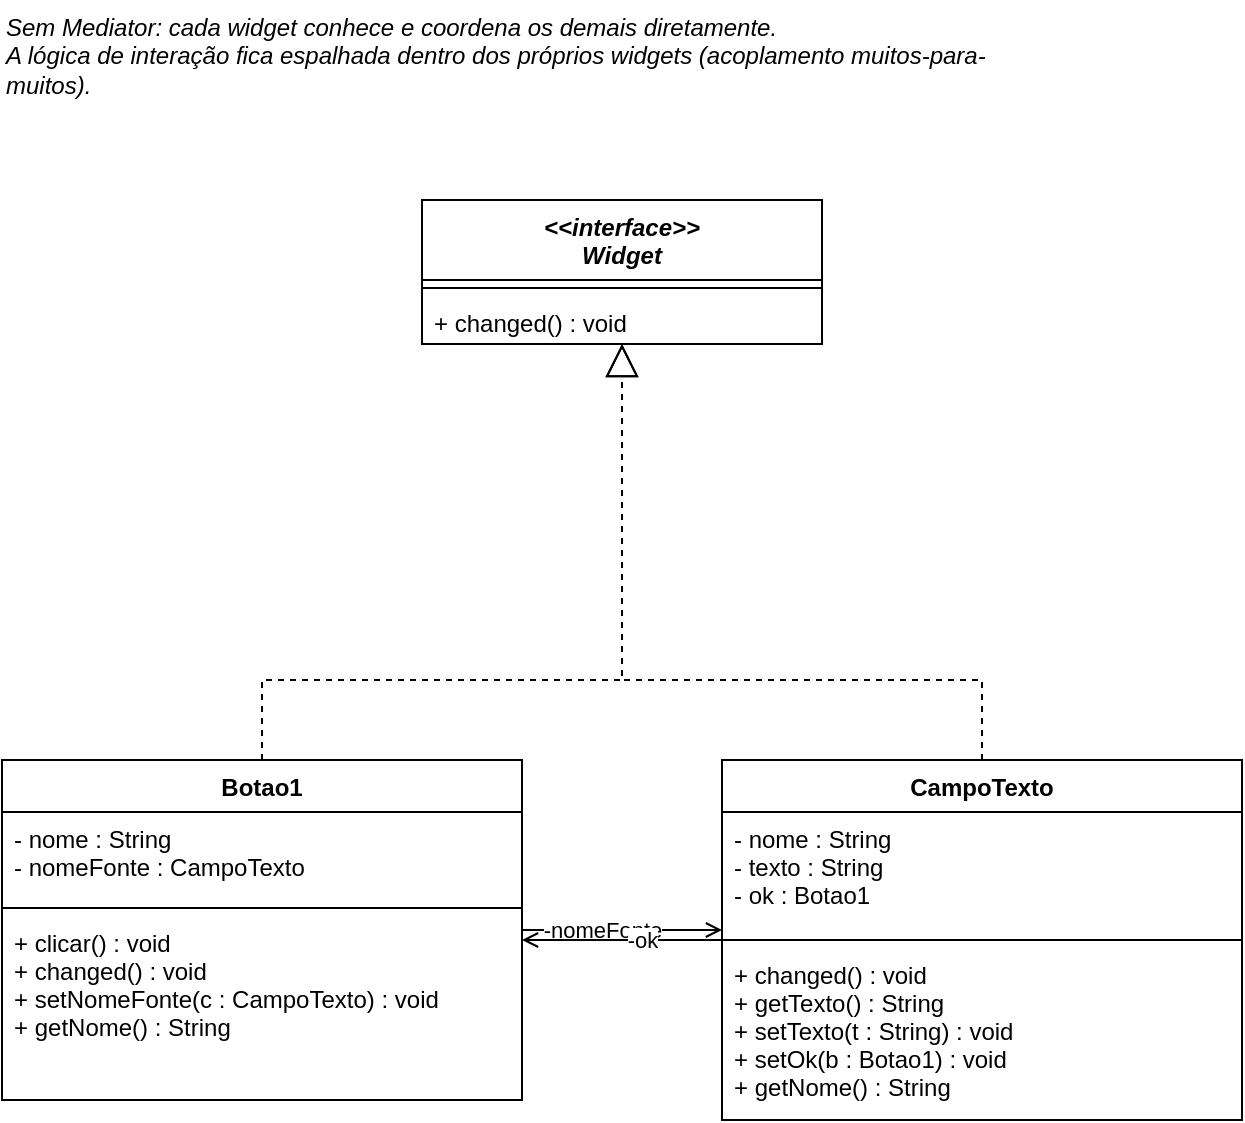
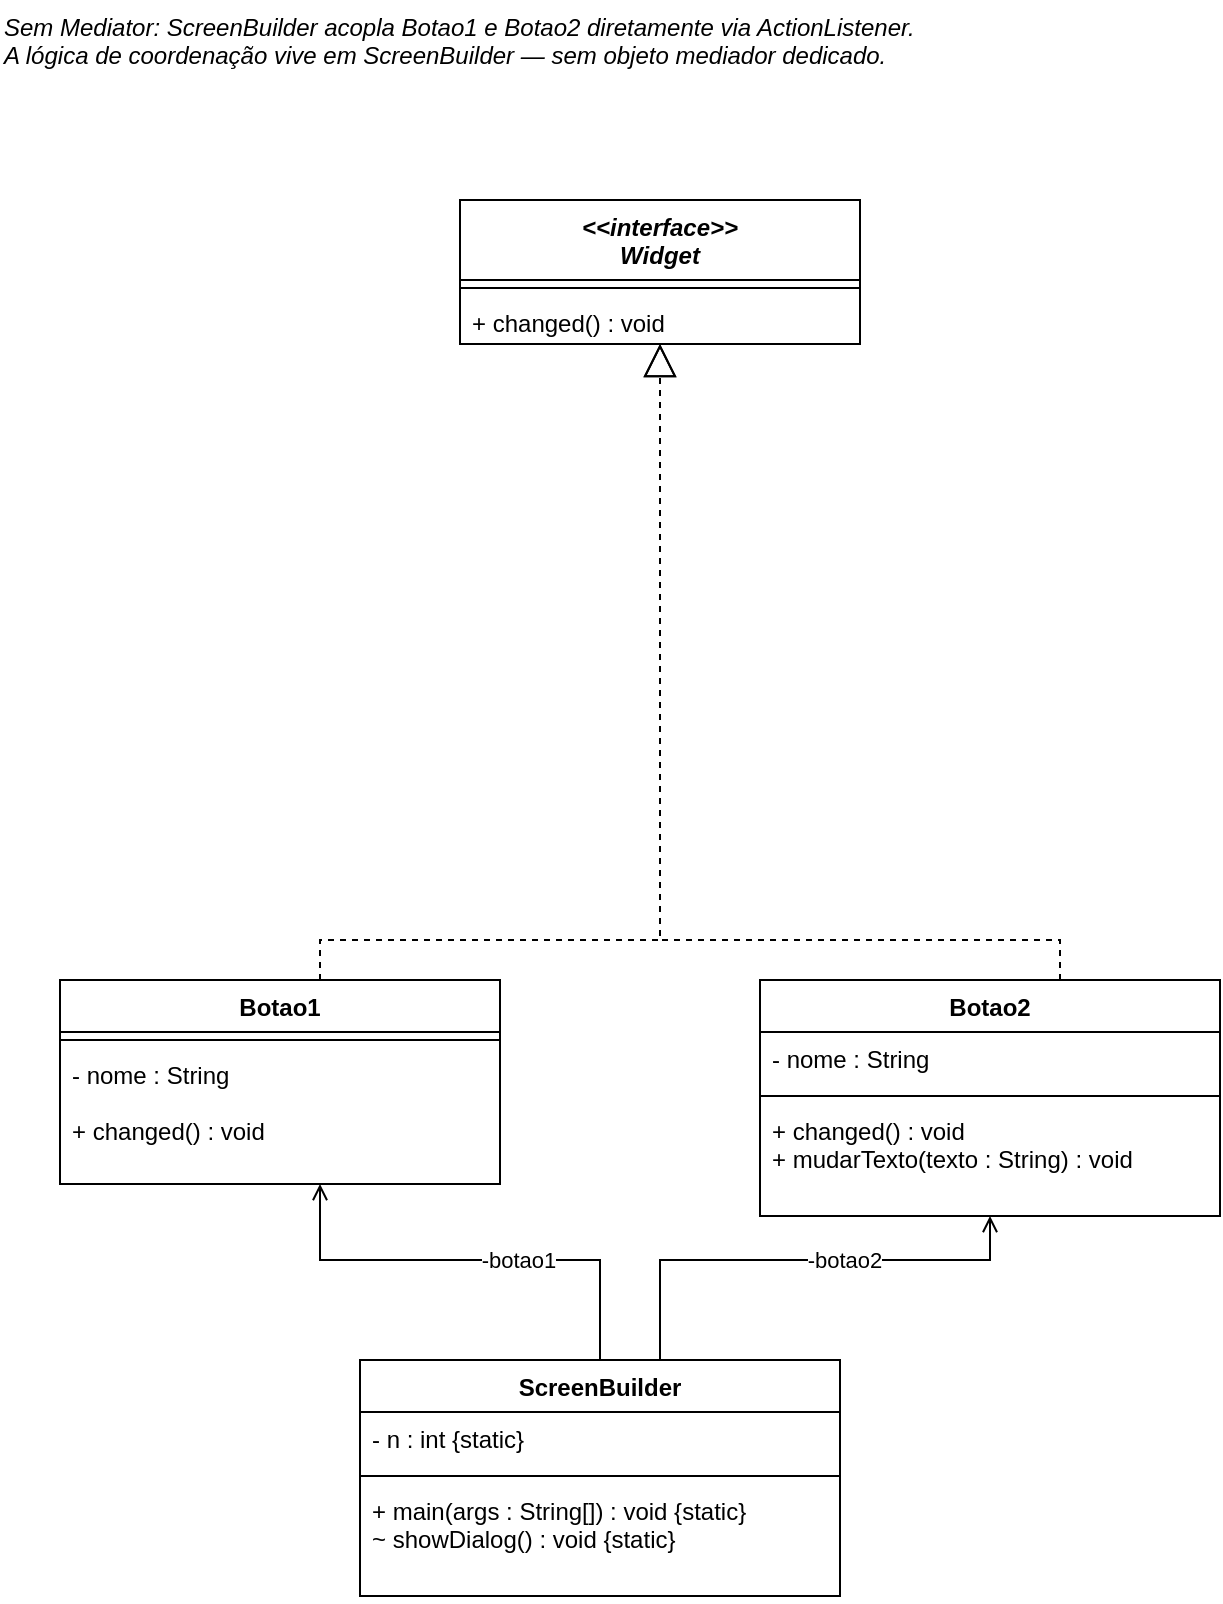
<mxfile host="app.diagrams.net">
  <diagram name="Classes-Sem-Mediator" id="classDiagSemMediator01">
-     <mxGraphModel dx="1414" dy="793" grid="1" gridSize="10" guides="1" tooltips="1" connect="1" arrows="1" fold="1" page="1" pageScale="1" pageWidth="1169" pageHeight="827" math="0" shadow="0">
+     <mxGraphModel dx="1414" dy="825" grid="1" gridSize="10" guides="1" tooltips="1" connect="1" arrows="1" fold="1" page="1" pageScale="1" pageWidth="1169" pageHeight="827" math="0" shadow="0">
      <root>
        <mxCell id="0" />
        <mxCell id="1" parent="0" />
-         <mxCell id="t-note" parent="1" style="text;html=1;align=left;verticalAlign=top;whiteSpace=wrap;rounded=0;fontStyle=2;fontSize=12;" value="Sem Mediator: cada widget conhece e coordena os demais diretamente.&#xa;A lógica de interação fica espalhada dentro dos próprios widgets (acoplamento muitos-para-muitos)." vertex="1">
-           <mxGeometry height="50" width="520" x="560" y="40" as="geometry" />
+         <mxCell id="t-note" parent="1" style="text;html=1;align=left;verticalAlign=top;whiteSpace=wrap;rounded=0;fontStyle=2;fontSize=12;" value="Sem Mediator: ScreenBuilder acopla Botao1 e Botao2 diretamente via ActionListener.&#xa;A lógica de coordenação vive em ScreenBuilder — sem objeto mediador dedicado." vertex="1">
+           <mxGeometry height="50" width="580" x="540" y="20" as="geometry" />
        </mxCell>
        <mxCell id="c-widget" parent="1" style="swimlane;fontStyle=1;align=center;verticalAlign=top;childLayout=stackLayout;horizontal=1;startSize=40;horizontalStack=0;resizeParent=1;resizeParentMax=0;resizeLast=0;collapsible=1;marginBottom=0;swimlaneFillColor=#ffffff;fontStyle=3;" value="&lt;&lt;interface&gt;&gt;&#xa;Widget" vertex="1">
-           <mxGeometry height="72" width="200" x="770" y="140" as="geometry" />
+           <mxGeometry height="72" width="200" x="770" y="120" as="geometry" />
        </mxCell>
        <mxCell id="c-widget-attrs" parent="c-widget" style="line;strokeWidth=1;fillColor=none;align=left;verticalAlign=middle;spacingTop=-1;spacingLeft=3;spacingRight=3;rotatable=0;labelPosition=right;points=[];portConstraint=eastwest;" value="" vertex="1">
          <mxGeometry height="8" width="200" y="40" as="geometry" />
        </mxCell>
        <mxCell id="c-widget-m1" parent="c-widget" style="text;strokeColor=none;fillColor=none;align=left;verticalAlign=top;spacingLeft=4;spacingRight=4;overflow=hidden;rotatable=0;points=[[0,0.5],[1,0.5]];portConstraint=eastwest;" value="+ changed() : void" vertex="1">
          <mxGeometry height="24" width="200" y="48" as="geometry" />
        </mxCell>
-         <mxCell id="c-botao" parent="1" style="swimlane;fontStyle=1;align=center;verticalAlign=top;childLayout=stackLayout;horizontal=1;startSize=26;horizontalStack=0;resizeParent=1;resizeParentMax=0;resizeLast=0;collapsible=1;marginBottom=0;swimlaneFillColor=#ffffff;" value="Botao1" vertex="1">
-           <mxGeometry height="170" width="260" x="560" y="420" as="geometry" />
+         <mxCell id="c-sb" parent="1" style="swimlane;fontStyle=1;align=center;verticalAlign=top;childLayout=stackLayout;horizontal=1;startSize=26;horizontalStack=0;resizeParent=1;resizeParentMax=0;resizeLast=0;collapsible=1;marginBottom=0;swimlaneFillColor=#ffffff;" value="ScreenBuilder" vertex="1">
+           <mxGeometry height="118" width="240" x="720" y="700" as="geometry" />
        </mxCell>
-         <mxCell id="c-botao-attrs" parent="c-botao" style="text;strokeColor=none;fillColor=none;align=left;verticalAlign=top;spacingLeft=4;spacingRight=4;overflow=hidden;rotatable=0;points=[[0,0.5],[1,0.5]];portConstraint=eastwest;" value="- nome : String&#xa;- nomeFonte : CampoTexto" vertex="1">
-           <mxGeometry height="44" width="260" y="26" as="geometry" />
+         <mxCell id="c-sb-attrs" parent="c-sb" style="text;strokeColor=none;fillColor=none;align=left;verticalAlign=top;spacingLeft=4;spacingRight=4;overflow=hidden;rotatable=0;points=[[0,0.5],[1,0.5]];portConstraint=eastwest;" value="- n : int {static}" vertex="1">
+           <mxGeometry height="28" width="240" y="26" as="geometry" />
        </mxCell>
-         <mxCell id="c-botao-line" parent="c-botao" style="line;strokeWidth=1;fillColor=none;align=left;verticalAlign=middle;spacingTop=-1;spacingLeft=3;spacingRight=3;rotatable=0;labelPosition=right;points=[];portConstraint=eastwest;" value="" vertex="1">
-           <mxGeometry height="8" width="260" y="70" as="geometry" />
+         <mxCell id="c-sb-line" parent="c-sb" style="line;strokeWidth=1;fillColor=none;align=left;verticalAlign=middle;spacingTop=-1;spacingLeft=3;spacingRight=3;rotatable=0;labelPosition=right;points=[];portConstraint=eastwest;" value="" vertex="1">
+           <mxGeometry height="8" width="240" y="54" as="geometry" />
        </mxCell>
-         <mxCell id="c-botao-m" parent="c-botao" style="text;strokeColor=none;fillColor=none;align=left;verticalAlign=top;spacingLeft=4;spacingRight=4;overflow=hidden;rotatable=0;points=[[0,0.5],[1,0.5]];portConstraint=eastwest;" value="+ clicar() : void&#xa;+ changed() : void&#xa;+ setNomeFonte(c : CampoTexto) : void&#xa;+ getNome() : String" vertex="1">
-           <mxGeometry height="70" width="260" y="78" as="geometry" />
+         <mxCell id="c-sb-m" parent="c-sb" style="text;strokeColor=none;fillColor=none;align=left;verticalAlign=top;spacingLeft=4;spacingRight=4;overflow=hidden;rotatable=0;points=[[0,0.5],[1,0.5]];portConstraint=eastwest;" value="+ main(args : String[]) : void {static}&#xa;~ showDialog() : void {static}" vertex="1">
+           <mxGeometry height="56" width="240" y="62" as="geometry" />
        </mxCell>
-         <mxCell id="c-campo" parent="1" style="swimlane;fontStyle=1;align=center;verticalAlign=top;childLayout=stackLayout;horizontal=1;startSize=26;horizontalStack=0;resizeParent=1;resizeParentMax=0;resizeLast=0;collapsible=1;marginBottom=0;swimlaneFillColor=#ffffff;" value="CampoTexto" vertex="1">
-           <mxGeometry height="180" width="260" x="920" y="420" as="geometry" />
+         <mxCell id="c-botao1" parent="1" style="swimlane;fontStyle=1;align=center;verticalAlign=top;childLayout=stackLayout;horizontal=1;startSize=26;horizontalStack=0;resizeParent=1;resizeParentMax=0;resizeLast=0;collapsible=1;marginBottom=0;swimlaneFillColor=#ffffff;" value="Botao1" vertex="1">
+           <mxGeometry height="102" width="220" x="570" y="510" as="geometry" />
        </mxCell>
-         <mxCell id="c-campo-attrs" parent="c-campo" style="text;strokeColor=none;fillColor=none;align=left;verticalAlign=top;spacingLeft=4;spacingRight=4;overflow=hidden;rotatable=0;points=[[0,0.5],[1,0.5]];portConstraint=eastwest;" value="- nome : String&#xa;- texto : String&#xa;- ok : Botao1" vertex="1">
-           <mxGeometry height="60" width="260" y="26" as="geometry" />
+         <mxCell id="c-botao1-line" parent="c-botao1" style="line;strokeWidth=1;fillColor=none;align=left;verticalAlign=middle;spacingTop=-1;spacingLeft=3;spacingRight=3;rotatable=0;labelPosition=right;points=[];portConstraint=eastwest;" value="" vertex="1">
+           <mxGeometry height="8" width="220" y="26" as="geometry" />
        </mxCell>
-         <mxCell id="c-campo-line" parent="c-campo" style="line;strokeWidth=1;fillColor=none;align=left;verticalAlign=middle;spacingTop=-1;spacingLeft=3;spacingRight=3;rotatable=0;labelPosition=right;points=[];portConstraint=eastwest;" value="" vertex="1">
-           <mxGeometry height="8" width="260" y="86" as="geometry" />
+         <mxCell id="c-botao1-attrs" parent="c-botao1" style="text;strokeColor=none;fillColor=none;align=left;verticalAlign=top;spacingLeft=4;spacingRight=4;overflow=hidden;rotatable=0;points=[[0,0.5],[1,0.5]];portConstraint=eastwest;" value="- nome : String" vertex="1">
+           <mxGeometry height="28" width="220" y="34" as="geometry" />
        </mxCell>
-         <mxCell id="c-campo-m" parent="c-campo" style="text;strokeColor=none;fillColor=none;align=left;verticalAlign=top;spacingLeft=4;spacingRight=4;overflow=hidden;rotatable=0;points=[[0,0.5],[1,0.5]];portConstraint=eastwest;" value="+ changed() : void&#xa;+ getTexto() : String&#xa;+ setTexto(t : String) : void&#xa;+ setOk(b : Botao1) : void&#xa;+ getNome() : String" vertex="1">
-           <mxGeometry height="80" width="260" y="94" as="geometry" />
+         <mxCell id="c-botao1-m" parent="c-botao1" style="text;strokeColor=none;fillColor=none;align=left;verticalAlign=top;spacingLeft=4;spacingRight=4;overflow=hidden;rotatable=0;points=[[0,0.5],[1,0.5]];portConstraint=eastwest;" value="+ changed() : void" vertex="1">
+           <mxGeometry height="40" width="220" y="62" as="geometry" />
        </mxCell>
-         <mxCell id="r-real-botao" edge="1" parent="1" source="c-botao" style="endArrow=block;endFill=0;endSize=14;dashed=1;html=1;rounded=0;edgeStyle=orthogonalEdgeStyle;" target="c-widget" value="">
+         <mxCell id="c-botao2" parent="1" style="swimlane;fontStyle=1;align=center;verticalAlign=top;childLayout=stackLayout;horizontal=1;startSize=26;horizontalStack=0;resizeParent=1;resizeParentMax=0;resizeLast=0;collapsible=1;marginBottom=0;swimlaneFillColor=#ffffff;" value="Botao2" vertex="1">
+           <mxGeometry height="118" width="230" x="920" y="510" as="geometry" />
+         </mxCell>
+         <mxCell id="c-botao2-attrs" parent="c-botao2" style="text;strokeColor=none;fillColor=none;align=left;verticalAlign=top;spacingLeft=4;spacingRight=4;overflow=hidden;rotatable=0;points=[[0,0.5],[1,0.5]];portConstraint=eastwest;" value="- nome : String" vertex="1">
+           <mxGeometry height="28" width="230" y="26" as="geometry" />
+         </mxCell>
+         <mxCell id="c-botao2-line" parent="c-botao2" style="line;strokeWidth=1;fillColor=none;align=left;verticalAlign=middle;spacingTop=-1;spacingLeft=3;spacingRight=3;rotatable=0;labelPosition=right;points=[];portConstraint=eastwest;" value="" vertex="1">
+           <mxGeometry height="8" width="230" y="54" as="geometry" />
+         </mxCell>
+         <mxCell id="c-botao2-m" parent="c-botao2" style="text;strokeColor=none;fillColor=none;align=left;verticalAlign=top;spacingLeft=4;spacingRight=4;overflow=hidden;rotatable=0;points=[[0,0.5],[1,0.5]];portConstraint=eastwest;" value="+ changed() : void&#xa;+ mudarTexto(texto : String) : void" vertex="1">
+           <mxGeometry height="56" width="230" y="62" as="geometry" />
+         </mxCell>
+         <mxCell id="r-real-botao1" edge="1" parent="1" source="c-botao1" style="endArrow=block;endFill=0;endSize=14;dashed=1;html=1;rounded=0;edgeStyle=orthogonalEdgeStyle;" target="c-widget" value="">
          <mxGeometry relative="1" as="geometry">
            <Array as="points">
-               <mxPoint x="690" y="380" />
-               <mxPoint x="870" y="380" />
+               <mxPoint x="700" y="490" />
+               <mxPoint x="870" y="490" />
            </Array>
          </mxGeometry>
        </mxCell>
-         <mxCell id="r-real-campo" edge="1" parent="1" source="c-campo" style="endArrow=block;endFill=0;endSize=14;dashed=1;html=1;rounded=0;edgeStyle=orthogonalEdgeStyle;" target="c-widget" value="">
+         <mxCell id="r-real-botao2" edge="1" parent="1" source="c-botao2" style="endArrow=block;endFill=0;endSize=14;dashed=1;html=1;rounded=0;edgeStyle=orthogonalEdgeStyle;" target="c-widget" value="">
          <mxGeometry relative="1" as="geometry">
            <Array as="points">
-               <mxPoint x="1050" y="380" />
-               <mxPoint x="870" y="380" />
+               <mxPoint x="1070" y="490" />
+               <mxPoint x="870" y="490" />
            </Array>
          </mxGeometry>
        </mxCell>
-         <mxCell id="r-assoc-botao-campo" edge="1" parent="1" source="c-botao" style="endArrow=open;endFill=1;html=1;rounded=0;edgeStyle=orthogonalEdgeStyle;startArrow=none;fontSize=11;" target="c-campo" value="-nomeFonte">
+         <mxCell id="r-assoc-sb-botao1" edge="1" parent="1" source="c-sb" style="endArrow=open;endFill=1;html=1;rounded=0;edgeStyle=orthogonalEdgeStyle;startArrow=none;fontSize=11;" target="c-botao1" value="-botao1">
          <mxGeometry relative="1" x="-0.2" as="geometry">
            <Array as="points">
-               <mxPoint x="820" y="470" />
+               <mxPoint x="840" y="650" />
+               <mxPoint x="700" y="650" />
            </Array>
          </mxGeometry>
        </mxCell>
-         <mxCell id="r-assoc-campo-botao" edge="1" parent="1" source="c-campo" style="endArrow=open;endFill=1;html=1;rounded=0;edgeStyle=orthogonalEdgeStyle;startArrow=none;fontSize=11;" target="c-botao" value="-ok">
-           <mxGeometry relative="1" x="-0.2" as="geometry">
+         <mxCell id="r-assoc-sb-botao2" edge="1" parent="1" source="c-sb" style="endArrow=open;endFill=1;html=1;rounded=0;edgeStyle=orthogonalEdgeStyle;startArrow=none;fontSize=11;" target="c-botao2" value="-botao2">
+           <mxGeometry relative="1" x="0.2" as="geometry">
            <Array as="points">
-               <mxPoint x="820" y="550" />
+               <mxPoint x="870" y="650" />
+               <mxPoint x="1035" y="650" />
            </Array>
          </mxGeometry>
        </mxCell>
      </root>
    </mxGraphModel>
  </diagram>
</mxfile>
